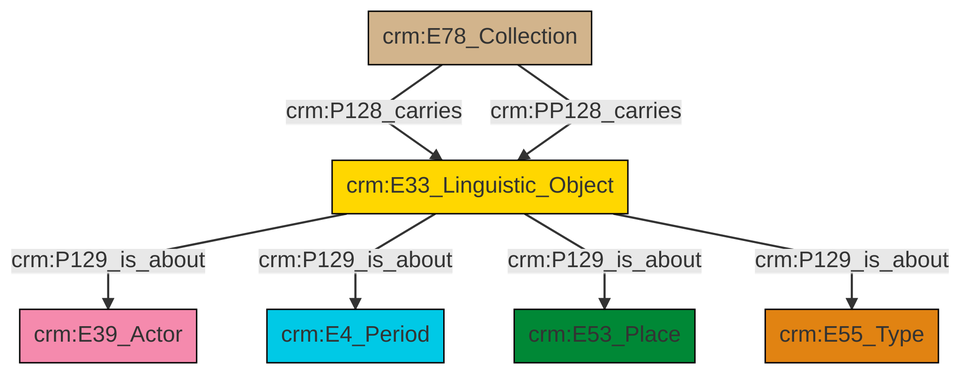
The Mermaid diagram et/archivalCSV/ttl/mmd/png/archival_aboutness.png in swiss-art-research-net/docs.swissartresearch, before a commit. Its source is kept beside it as et/archivalCSV/ttl/mmd/archival_aboutness.ttl.mmd.
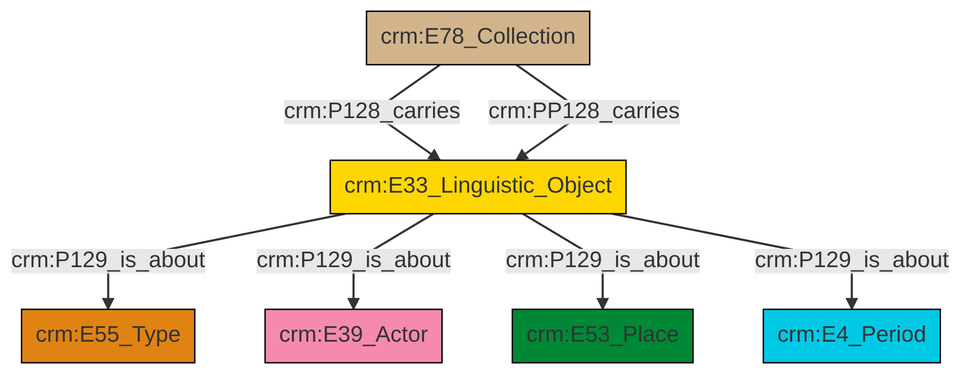
The same file after the commit.

The edit, as a diff of the source:
```diff
@@ -14,8 +14,8 @@
 classDef Multi fill:#cccccc,stroke:#000000;
 
 0["crm:E78_Collection"]:::Physical_Thing -->|crm:P128_carries| 1["crm:E33_Linguistic_Object"]:::Conceptual_Object
-1["crm:E33_Linguistic_Object"]:::Conceptual_Object -->|crm:P129_is_about| 2["crm:E39_Actor"]:::Actor
-1["crm:E33_Linguistic_Object"]:::Conceptual_Object -->|crm:P129_is_about| 3["crm:E4_Period"]:::Temporal_Entity
-1["crm:E33_Linguistic_Object"]:::Conceptual_Object -->|crm:P129_is_about| 4["crm:E53_Place"]:::Place
+1["crm:E33_Linguistic_Object"]:::Conceptual_Object -->|crm:P129_is_about| 2["crm:E55_Type"]:::Type
+1["crm:E33_Linguistic_Object"]:::Conceptual_Object -->|crm:P129_is_about| 5["crm:E39_Actor"]:::Actor
+1["crm:E33_Linguistic_Object"]:::Conceptual_Object -->|crm:P129_is_about| 3["crm:E53_Place"]:::Place
 0["crm:E78_Collection"]:::Physical_Thing -->|crm:PP128_carries| 1["crm:E33_Linguistic_Object"]:::Conceptual_Object
-1["crm:E33_Linguistic_Object"]:::Conceptual_Object -->|crm:P129_is_about| 6["crm:E55_Type"]:::Type
+1["crm:E33_Linguistic_Object"]:::Conceptual_Object -->|crm:P129_is_about| 9["crm:E4_Period"]:::Temporal_Entity
```
